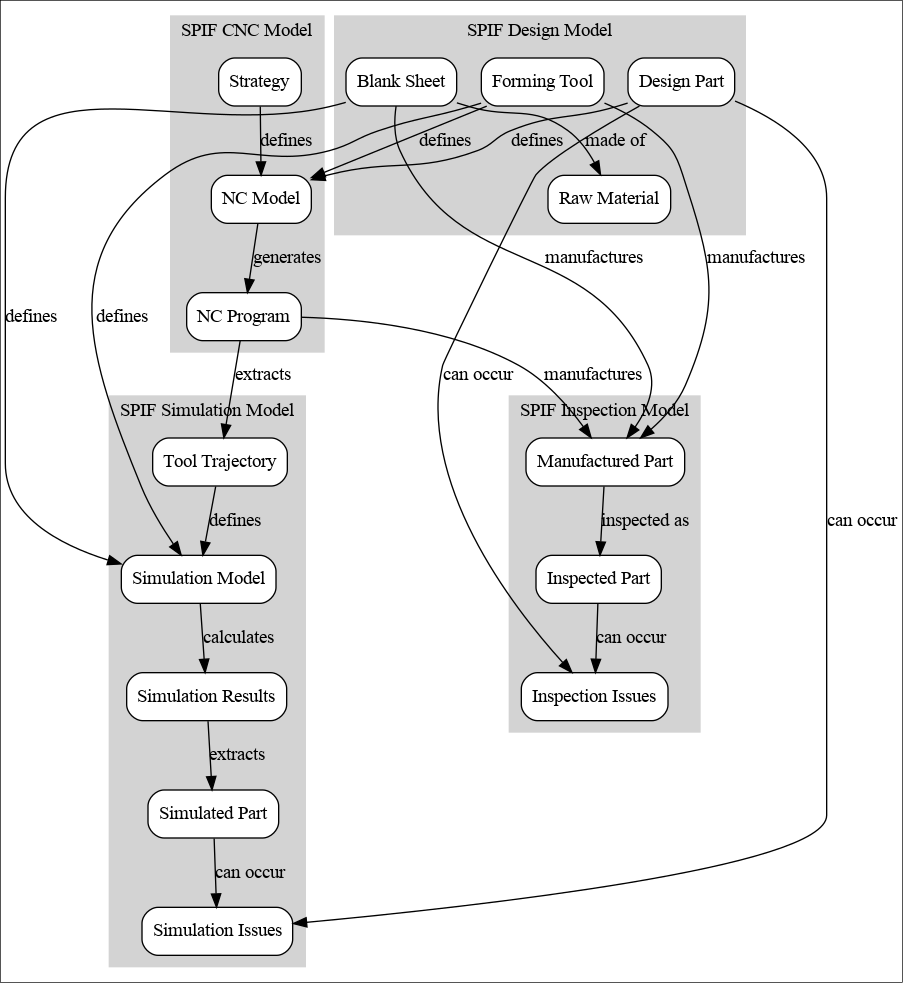
Above: Ontology_Layer/Data_Model/data.gv.png in ModelsforManufacturing/hole-flanging-by-SPIF-in-a-single-stage (Graphviz), before the change. Its source is kept beside it as Ontology_Layer/Data_Model/data.gv.
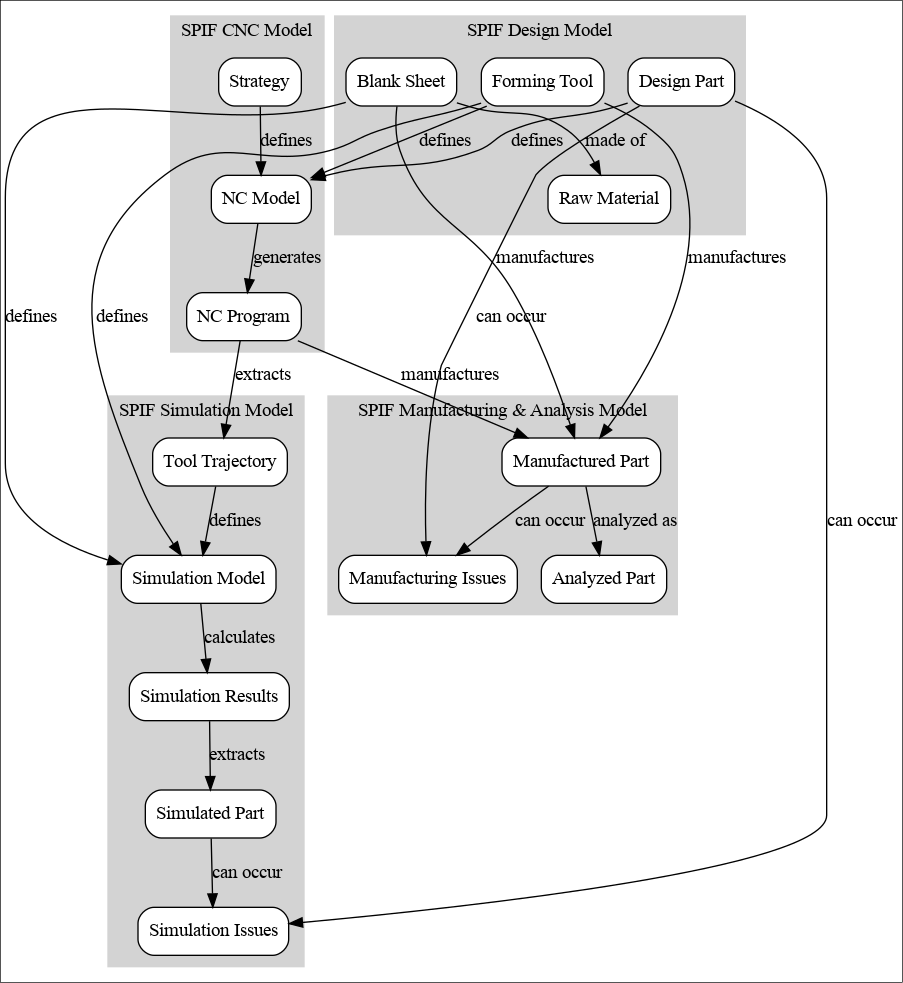
Above is the later version.

Diff of the diagram source:
```diff
@@ -35,13 +35,13 @@
         iss_sim [label="Simulation Issues"]
     }
 
-    /* SPIF Inspection Model */
-    subgraph clusterinspection {
-        label="SPIF Inspection Model"; style=filled; color=lightgrey;
+    /* SPIF Manufacturing Model */
+    subgraph clustermanuf {
+        label="SPIF Manufacturing & Analysis Model"; style=filled; color=lightgrey;
 
         part_manuf [label="Manufactured Part"]
-        part_insp [label="Inspected Part"]
-        iss_insp [label="Inspection Issues"]
+        part_anal [label="Analyzed Part"]
+        iss_manuf [label="Manufacturing Issues"]
     }
 
     /* Global relations */
@@ -53,7 +53,7 @@
     program -> path [label="extracts"]
     {part, part_sim} -> iss_sim [label="can occur"]
     {blank, tool, program} -> part_manuf [label="manufactures"]
-    part_manuf -> part_insp [label="inspected as"]
-    {part, part_insp} -> iss_insp [label="can occur"]
+    part_manuf -> part_anal [label="analyzed as"]
+    {part, part_manuf} -> iss_manuf [label="can occur"]
 
 }
```
